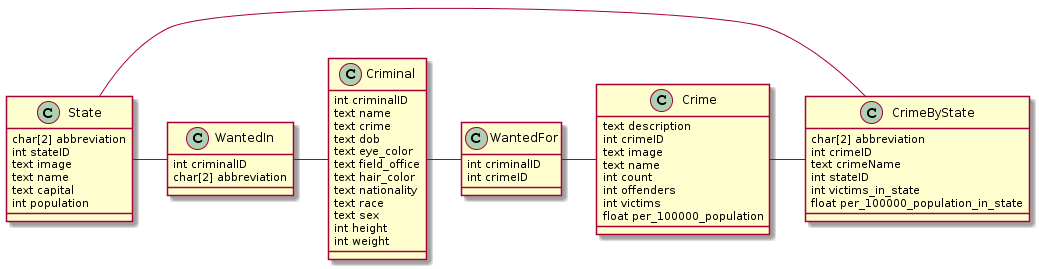
Earlier version of the PlantUML export backend/fbiuml.png (roshan-dongre/idb).
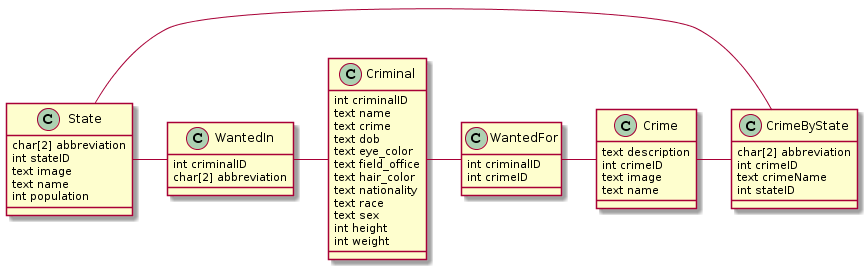
The same file after the commit.

Change to the diagram source:
```diff
@@ -11,7 +11,6 @@
   int stateID
   text image
   text name
-  text capital
   int population
   }
 
@@ -45,10 +44,6 @@
   int crimeID
   text image
   text name
-  int count
-  int offenders
-  int victims
-  float per_100000_population
 }
 
 class CrimeByState {
@@ -56,7 +51,5 @@
   int crimeID
   text crimeName
   int stateID
-  int victims_in_state
-  float per_100000_population_in_state
 }
 @enduml
```
